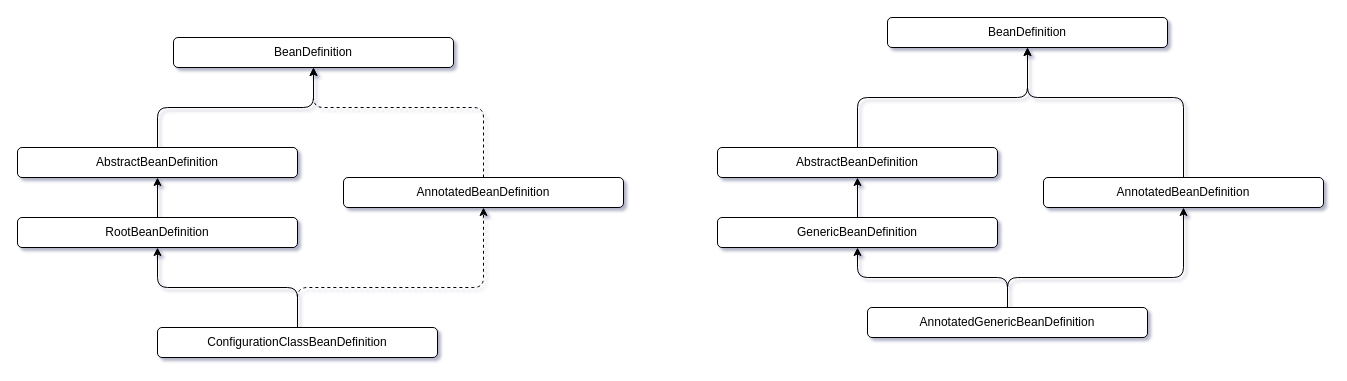
This is AnnotatedGenericBeanDefinition.drawio from myliwenbo/Springboot, a draw.io file, before an edit. Source tidied: cells renumbered, new cells numbered last; positions are measured from the earlier drawing's top-left corner, leaving out a move shared by most shapes. Both pictures are drawn from the tidied source at 100%, with x=0, y=0 at pixel (17, 17).
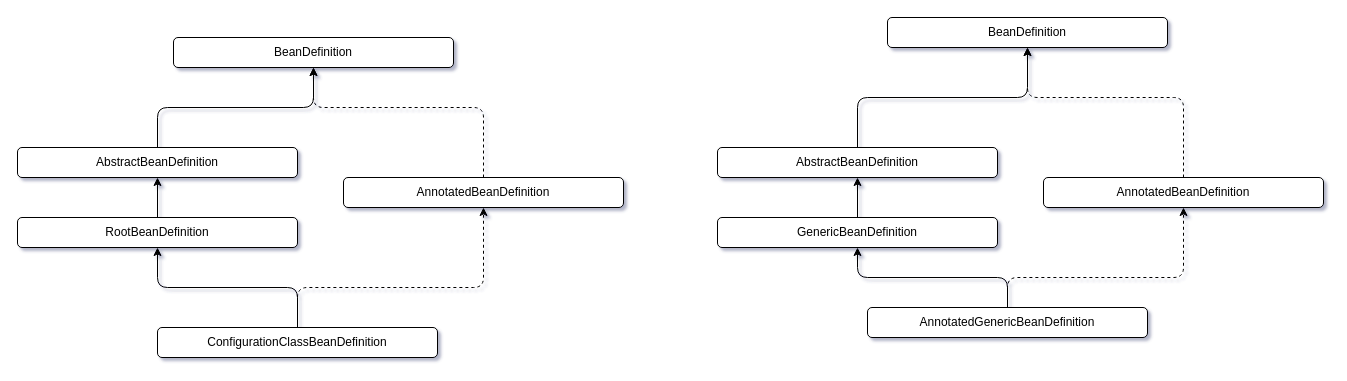
After the change.

Unchanged cells that the change refers to:
```xml
<mxCell id="4" value="AnnotatedGenericBeanDefinition" style="whiteSpace=wrap;html=1;rounded=1;" parent="1" vertex="1">
  <mxGeometry x="850" y="290" width="280" height="30" as="geometry" />
</mxCell>
<mxCell id="8" value="AnnotatedBeanDefinition" style="whiteSpace=wrap;html=1;rounded=1;" parent="1" vertex="1">
  <mxGeometry x="1026" y="160" width="280" height="30" as="geometry" />
</mxCell>
<mxCell id="11" value="BeanDefinition" style="whiteSpace=wrap;html=1;rounded=1;" parent="1" vertex="1">
  <mxGeometry x="870" width="280" height="30" as="geometry" />
</mxCell>
```

The edit, as a diff of the source:
```diff
@@
-    <mxCell id="3" style="edgeStyle=orthogonalEdgeStyle;jettySize=auto;html=1;entryX=0.5;entryY=1;entryDx=0;entryDy=0;" parent="1" edge="1" source="4" target="8">
+    <mxCell id="3" style="edgeStyle=orthogonalEdgeStyle;jettySize=auto;html=1;entryX=0.5;entryY=1;entryDx=0;entryDy=0;dashed=1;" parent="1" edge="1" source="4" target="8">
       <mxGeometry relative="1" as="geometry">
         <Array as="points">
           <mxPoint x="990" y="260" />
           <mxPoint x="1166" y="260" />
         </Array>
       </mxGeometry>
     </mxCell>
@@
-    <mxCell id="7" style="edgeStyle=orthogonalEdgeStyle;jettySize=auto;html=1;entryX=0.5;entryY=1;entryDx=0;entryDy=0;" parent="1" edge="1" source="8" target="11">
+    <mxCell id="7" style="edgeStyle=orthogonalEdgeStyle;jettySize=auto;html=1;entryX=0.5;entryY=1;entryDx=0;entryDy=0;dashed=1;" parent="1" edge="1" source="8" target="11">
       <mxGeometry relative="1" as="geometry">
         <Array as="points">
           <mxPoint x="1166" y="80" />
           <mxPoint x="1010" y="80" />
         </Array>
       </mxGeometry>
     </mxCell>
```
